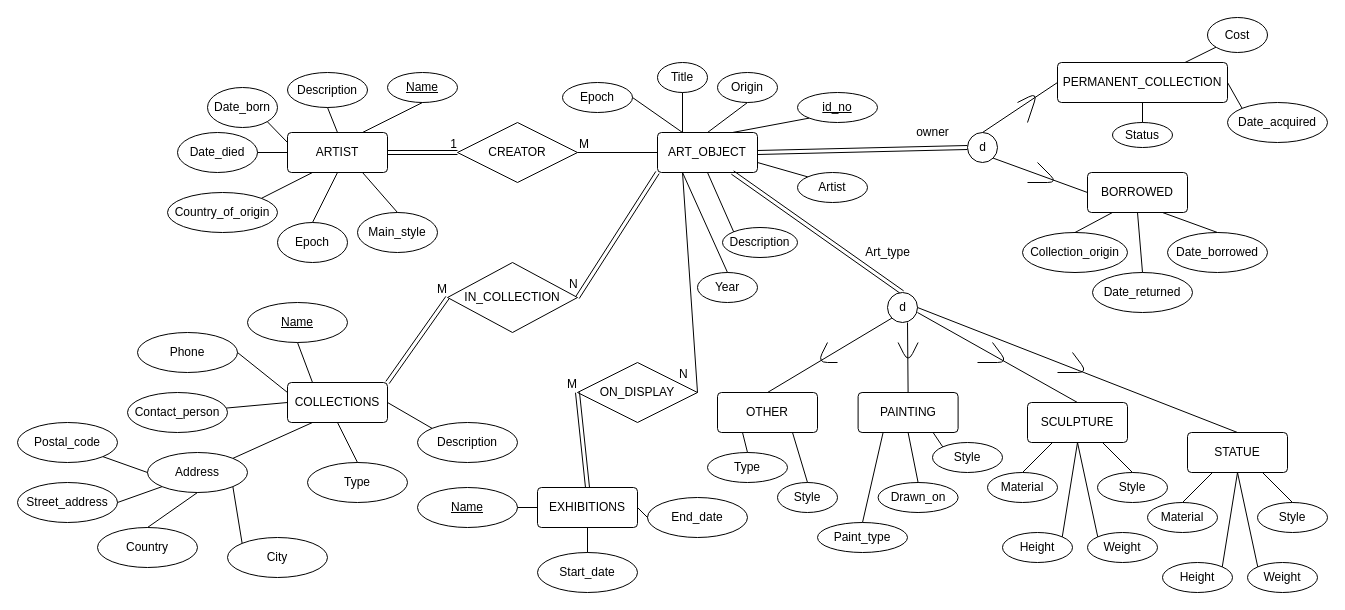
Above: Database_design/musemEER.drawio in aryan-karadia/Museum-SQL-Project (draw.io), before the change. Source tidied: cells renumbered, new cells numbered last; positions are measured from the earlier drawing's top-left corner, leaving out a move shared by most shapes. Both pictures are drawn from the tidied source at 100%, with x=0, y=0 at pixel (17, 17).
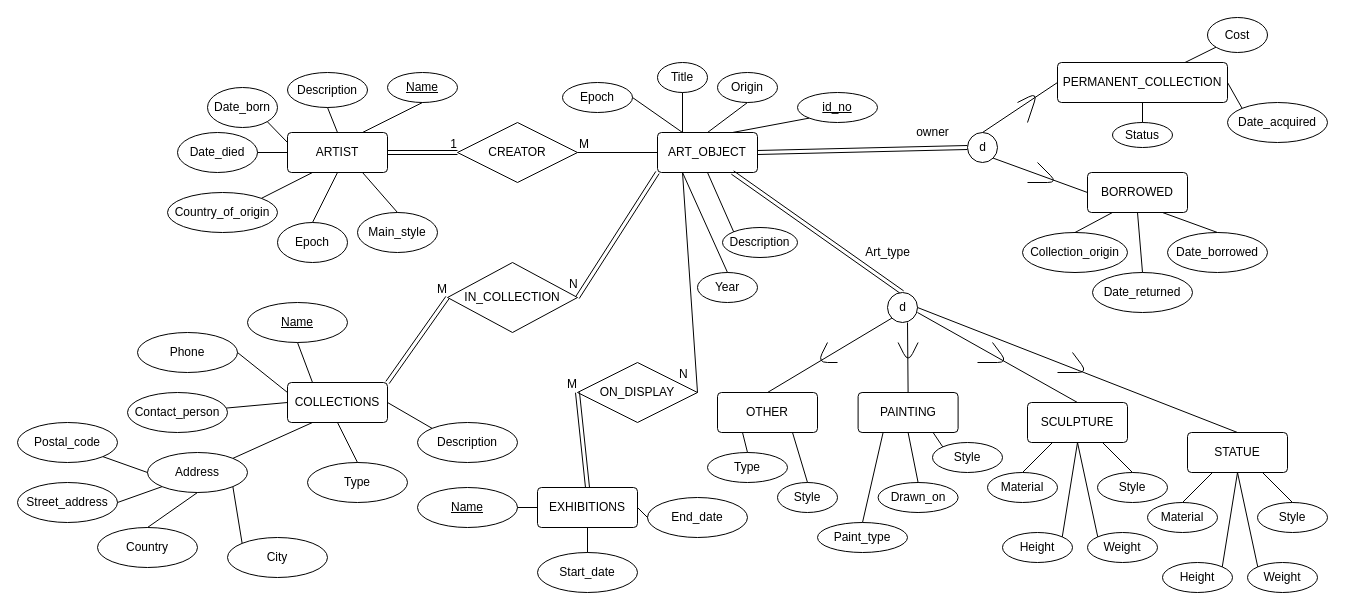
Above is the later version.

Commit message (it also covers changes not shown here):
removed artis attribute from art_ojbect

The change refers to these unchanged cells:
```xml
<mxCell id="2" value="ART_OBJECT" style="rounded=1;arcSize=10;whiteSpace=wrap;html=1;align=center;" parent="1" vertex="1">
  <mxGeometry x="640" y="115" width="100" height="40" as="geometry" />
</mxCell>
```

The edit, as a diff of the source:
```diff
@@
-    <mxCell id="4" value="Artist" style="ellipse;whiteSpace=wrap;html=1;align=center;" parent="1" vertex="1">
-      <mxGeometry x="780" y="155" width="70" height="30" as="geometry" />
-    </mxCell>
@@
-    <mxCell id="8" style="endArrow=none;html=1;rounded=0;exitX=1;exitY=0.75;exitDx=0;exitDy=0;entryX=0;entryY=0;entryDx=0;entryDy=0;" parent="1" edge="1" source="2" target="4">
-      <mxGeometry relative="1" as="geometry" />
-    </mxCell>
```
